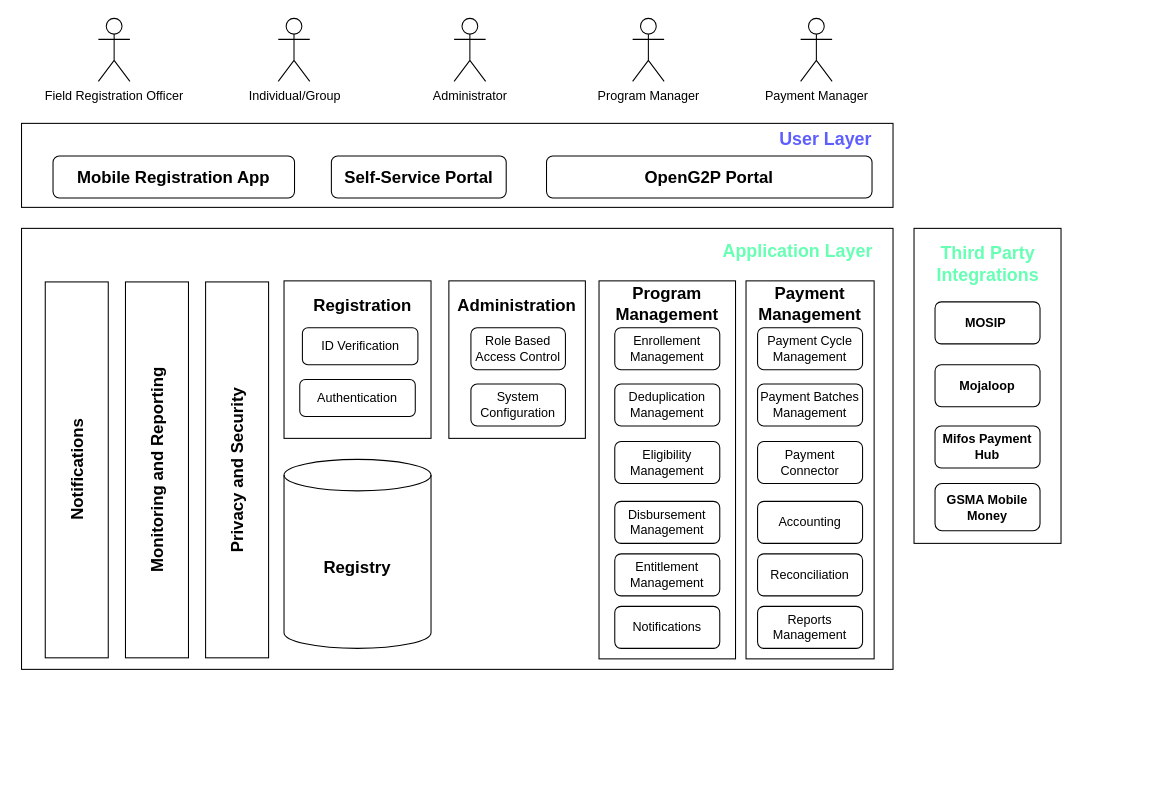
The draw.io diagram .gitbook/assets/functional-architecture.drawio in OpenG2P/openg2p-documentation, before the edit. Source tidied: cells renumbered, new cells numbered last; positions are measured from the earlier drawing's top-left corner, leaving out a move shared by most shapes. Both pictures are drawn from the tidied source at 105%, with x=0, y=0 at pixel (-111, 18).
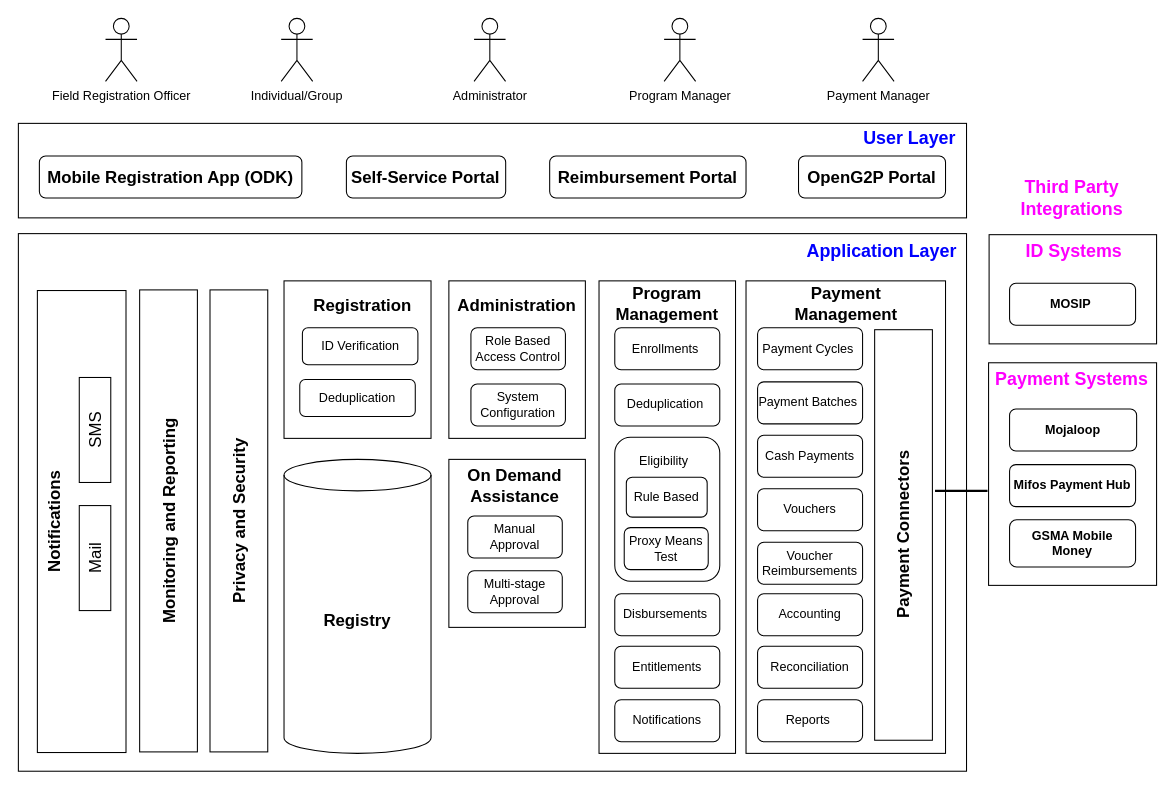
The same diagram, later.

The edit, as a diff of the source:
```diff
@@
+    <mxCell id="48" style="rounded=0;whiteSpace=wrap;html=1;" parent="1" vertex="1">
+      <mxGeometry x="1047" y="328" width="160" height="212" as="geometry" />
+    </mxCell>
     <mxCell id="2" style="rounded=0;whiteSpace=wrap;html=1;" parent="1" vertex="1">
-      <mxGeometry x="976" y="200" width="140" height="300" as="geometry" />
+      <mxGeometry x="1047.5" y="206" width="159.5" height="104" as="geometry" />
     </mxCell>
     <mxCell id="3" style="rounded=0;whiteSpace=wrap;html=1;" parent="1" vertex="1">
-      <mxGeometry x="126" y="100" width="830" height="80" as="geometry" />
+      <mxGeometry x="123" y="100" width="903" height="90" as="geometry" />
     </mxCell>
     <mxCell id="4" style="rounded=0;whiteSpace=wrap;html=1;" parent="1" vertex="1">
-      <mxGeometry x="126" y="200" width="830" height="420" as="geometry" />
+      <mxGeometry x="123" y="205" width="903" height="512" as="geometry" />
     </mxCell>
@@
     <mxCell id="7" style="rounded=0;whiteSpace=wrap;html=1;" parent="1" vertex="1">
-      <mxGeometry x="676" y="250" width="130" height="360" as="geometry" />
+      <mxGeometry x="676" y="250" width="130" height="450" as="geometry" />
     </mxCell>
     <mxCell id="8" style="rounded=0;whiteSpace=wrap;html=1;" parent="1" vertex="1">
-      <mxGeometry x="816" y="250" width="122" height="360" as="geometry" />
+      <mxGeometry x="816" y="250" width="190" height="450" as="geometry" />
     </mxCell>
-    <mxCell id="9" value="&lt;font style=&quot;font-size: 16px;&quot;&gt;&lt;b&gt;Mobile Registration App&lt;/b&gt;&lt;/font&gt;" style="rounded=1;whiteSpace=wrap;html=1;" parent="1" vertex="1">
-      <mxGeometry x="156" y="131" width="230" height="40" as="geometry" />
+    <mxCell id="9" value="&lt;font style=&quot;font-size: 16px;&quot;&gt;&lt;b&gt;Mobile Registration App (ODK)&lt;/b&gt;&lt;/font&gt;" style="rounded=1;whiteSpace=wrap;html=1;" parent="1" vertex="1">
+      <mxGeometry x="143" y="131" width="250" height="40" as="geometry" />
     </mxCell>
     <mxCell id="10" value="Administrator&lt;br&gt;" style="shape=umlActor;verticalLabelPosition=bottom;verticalAlign=top;html=1;" parent="1" vertex="1">
-      <mxGeometry x="538" width="30" height="60" as="geometry" />
+      <mxGeometry x="557" width="30" height="60" as="geometry" />
     </mxCell>
     <mxCell id="11" value="Program Manager" style="shape=umlActor;verticalLabelPosition=bottom;verticalAlign=top;html=1;" parent="1" vertex="1">
-      <mxGeometry x="708" width="30" height="60" as="geometry" />
+      <mxGeometry x="738" width="30" height="60" as="geometry" />
     </mxCell>
     <mxCell id="12" value="Field Registration Officer&lt;br&gt;" style="shape=umlActor;verticalLabelPosition=bottom;verticalAlign=top;html=1;" parent="1" vertex="1">
-      <mxGeometry x="199.2" width="30" height="60" as="geometry" />
+      <mxGeometry x="206" width="30" height="60" as="geometry" />
     </mxCell>
     <mxCell id="13" value="Individual/Group&lt;br&gt;" style="shape=umlActor;verticalLabelPosition=bottom;verticalAlign=top;html=1;" parent="1" vertex="1">
-      <mxGeometry x="370.5" width="30" height="60" as="geometry" />
+      <mxGeometry x="373.3" width="30" height="60" as="geometry" />
     </mxCell>
     <mxCell id="14" value="&lt;font style=&quot;font-size: 16px;&quot;&gt;&lt;b&gt;Registry&lt;/b&gt;&lt;/font&gt;" style="shape=cylinder3;whiteSpace=wrap;html=1;boundedLbl=1;backgroundOutline=1;size=15;" parent="1" vertex="1">
-      <mxGeometry x="376" y="420" width="140" height="180" as="geometry" />
+      <mxGeometry x="376" y="420" width="140" height="280" as="geometry" />
     </mxCell>
     <mxCell id="15" value="Payment Manager" style="shape=umlActor;verticalLabelPosition=bottom;verticalAlign=top;html=1;" parent="1" vertex="1">
-      <mxGeometry x="868" width="30" height="60" as="geometry" />
+      <mxGeometry x="927" width="30" height="60" as="geometry" />
     </mxCell>
     <mxCell id="16" value="Privacy and Security&lt;br style=&quot;font-size: 16px;&quot;&gt;" style="rounded=0;whiteSpace=wrap;html=1;rotation=-90;fontSize=16;fontStyle=1;" parent="1" vertex="1">
-      <mxGeometry x="152.3" y="400" width="358" height="60" as="geometry" />
+      <mxGeometry x="113" y="451.1" width="440" height="55" as="geometry" />
     </mxCell>
     <mxCell id="17" value="Monitoring and Reporting" style="rounded=0;whiteSpace=wrap;html=1;rotation=-90;fontSize=16;fontStyle=1;" parent="1" vertex="1">
-      <mxGeometry x="76" y="400" width="358" height="60" as="geometry" />
+      <mxGeometry x="46" y="451.1" width="440" height="55" as="geometry" />
     </mxCell>
     <mxCell id="18" value="&lt;font style=&quot;font-size: 16px;&quot;&gt;&lt;b&gt;Self-Service Portal&lt;/b&gt;&lt;/font&gt;" style="rounded=1;whiteSpace=wrap;html=1;" parent="1" vertex="1">
-      <mxGeometry x="421.1" y="131" width="166.5" height="40" as="geometry" />
+      <mxGeometry x="435.4" y="131" width="151.7" height="40" as="geometry" />
     </mxCell>
     <mxCell id="19" value="&lt;font style=&quot;font-size: 16px;&quot;&gt;&lt;b&gt;OpenG2P Portal&lt;/b&gt;&lt;/font&gt;" style="rounded=1;whiteSpace=wrap;html=1;" parent="1" vertex="1">
-      <mxGeometry x="626" y="131" width="310" height="40" as="geometry" />
+      <mxGeometry x="866" y="131" width="140" height="40" as="geometry" />
     </mxCell>
-    <mxCell id="20" value="Deduplication Management" style="rounded=1;whiteSpace=wrap;html=1;" parent="1" vertex="1">
+    <mxCell id="20" value="Deduplication&amp;nbsp;" style="rounded=1;whiteSpace=wrap;html=1;" parent="1" vertex="1">
       <mxGeometry x="691" y="348.2" width="100" height="40" as="geometry" />
     </mxCell>
-    <mxCell id="21" value="Disbursement Management" style="rounded=1;whiteSpace=wrap;html=1;" parent="1" vertex="1">
-      <mxGeometry x="691" y="460" width="100" height="40" as="geometry" />
+    <mxCell id="21" value="Disbursements&amp;nbsp;" style="rounded=1;whiteSpace=wrap;html=1;" parent="1" vertex="1">
+      <mxGeometry x="691" y="548" width="100" height="40" as="geometry" />
     </mxCell>
-    <mxCell id="22" value="Entitlement Management" style="rounded=1;whiteSpace=wrap;html=1;" parent="1" vertex="1">
-      <mxGeometry x="691" y="510" width="100" height="40" as="geometry" />
+    <mxCell id="22" value="Entitlements" style="rounded=1;whiteSpace=wrap;html=1;" parent="1" vertex="1">
+      <mxGeometry x="691" y="598" width="100" height="40" as="geometry" />
     </mxCell>
     <mxCell id="23" value="Notifications&lt;br&gt;" style="rounded=1;whiteSpace=wrap;html=1;" parent="1" vertex="1">
-      <mxGeometry x="691" y="560" width="100" height="40" as="geometry" />
+      <mxGeometry x="691" y="649" width="100" height="40" as="geometry" />
     </mxCell>
@@
-    <mxCell id="25" value="Payment Cycle Management" style="rounded=1;whiteSpace=wrap;html=1;" parent="1" vertex="1">
+    <mxCell id="25" value="Payment Cycles&amp;nbsp;" style="rounded=1;whiteSpace=wrap;html=1;" parent="1" vertex="1">
       <mxGeometry x="827" y="294.6" width="100" height="40" as="geometry" />
     </mxCell>
-    <mxCell id="26" value="Payment Batches Management" style="rounded=1;whiteSpace=wrap;html=1;" parent="1" vertex="1">
-      <mxGeometry x="827" y="348.2" width="100" height="40" as="geometry" />
+    <mxCell id="26" value="Payment Batches&amp;nbsp;" style="rounded=1;whiteSpace=wrap;html=1;" parent="1" vertex="1">
+      <mxGeometry x="827" y="346.2" width="100" height="40" as="geometry" />
     </mxCell>
     <mxCell id="27" value="Accounting" style="rounded=1;whiteSpace=wrap;html=1;" parent="1" vertex="1">
-      <mxGeometry x="827" y="460" width="100" height="40" as="geometry" />
+      <mxGeometry x="827" y="548" width="100" height="40" as="geometry" />
     </mxCell>
     <mxCell id="28" value="Reconciliation" style="rounded=1;whiteSpace=wrap;html=1;" parent="1" vertex="1">
-      <mxGeometry x="827" y="510" width="100" height="40" as="geometry" />
+      <mxGeometry x="827" y="598" width="100" height="40" as="geometry" />
     </mxCell>
-    <mxCell id="29" value="Reports Management" style="rounded=1;whiteSpace=wrap;html=1;" parent="1" vertex="1">
-      <mxGeometry x="827" y="560" width="100" height="40" as="geometry" />
+    <mxCell id="29" value="Reports&amp;nbsp;" style="rounded=1;whiteSpace=wrap;html=1;" parent="1" vertex="1">
+      <mxGeometry x="827" y="649" width="100" height="40" as="geometry" />
     </mxCell>
     <mxCell id="30" value="&lt;b&gt;Mojaloop&lt;/b&gt;" style="rounded=1;whiteSpace=wrap;html=1;" parent="1" vertex="1">
-      <mxGeometry x="996" y="329.8" width="100" height="40" as="geometry" />
+      <mxGeometry x="1067" y="372" width="121" height="40" as="geometry" />
     </mxCell>
@@
-    <mxCell id="32" value="Eligibility Management" style="rounded=1;whiteSpace=wrap;html=1;" parent="1" vertex="1">
-      <mxGeometry x="691" y="403" width="100" height="40" as="geometry" />
+    <mxCell id="32" style="rounded=1;whiteSpace=wrap;html=1;align=center;labelPosition=center;verticalLabelPosition=top;verticalAlign=bottom;" parent="1" vertex="1">
+      <mxGeometry x="691" y="399" width="100" height="137" as="geometry" />
     </mxCell>
@@
     <mxCell id="34" value="&lt;b&gt;MOSIP&amp;nbsp;&lt;/b&gt;" style="rounded=1;whiteSpace=wrap;html=1;" parent="1" vertex="1">
-      <mxGeometry x="996" y="270" width="100" height="40" as="geometry" />
+      <mxGeometry x="1067" y="252.2" width="120" height="40" as="geometry" />
     </mxCell>
     <mxCell id="35" value="&lt;b&gt;Mifos Payment Hub&lt;/b&gt;" style="rounded=1;whiteSpace=wrap;html=1;" parent="1" vertex="1">
-      <mxGeometry x="996" y="388.2" width="100" height="40" as="geometry" />
+      <mxGeometry x="1067" y="425" width="120" height="40" as="geometry" />
     </mxCell>
     <mxCell id="36" value="&lt;b&gt;GSMA Mobile Money&lt;/b&gt;" style="rounded=1;whiteSpace=wrap;html=1;" parent="1" vertex="1">
-      <mxGeometry x="996" y="443" width="100" height="45" as="geometry" />
+      <mxGeometry x="1067" y="477.5" width="120" height="45" as="geometry" />
     </mxCell>
-    <mxCell id="37" value="Payment Connector" style="rounded=1;whiteSpace=wrap;html=1;" parent="1" vertex="1">
-      <mxGeometry x="827" y="403" width="100" height="40" as="geometry" />
-    </mxCell>
-    <mxCell id="38" value="Notifications" style="rounded=0;whiteSpace=wrap;html=1;rotation=-90;fontSize=16;fontStyle=1;" parent="1" vertex="1">
-      <mxGeometry x="-0.4" y="400" width="358" height="60" as="geometry" />
+    <mxCell id="38" value="Notifications" style="rounded=0;whiteSpace=wrap;html=1;rotation=-90;fontSize=16;fontStyle=1;verticalAlign=top;" parent="1" vertex="1">
+      <mxGeometry x="-36.7" y="437" width="440" height="84.4" as="geometry" />
     </mxCell>
-    <mxCell id="39" value="&lt;b&gt;&lt;font color=&quot;#5e5eff&quot; style=&quot;font-size: 17px;&quot;&gt;User Layer&lt;/font&gt;&lt;/b&gt;" style="text;html=1;align=center;verticalAlign=middle;whiteSpace=wrap;rounded=0;fontColor=#66FFB3;" parent="1" vertex="1">
-      <mxGeometry x="838" y="101" width="108" height="30" as="geometry" />
+    <mxCell id="39" value="&lt;b&gt;&lt;font color=&quot;#0000ff&quot; style=&quot;font-size: 17px;&quot;&gt;User Layer&lt;/font&gt;&lt;/b&gt;" style="text;html=1;align=center;verticalAlign=middle;whiteSpace=wrap;rounded=0;fontColor=#66FFB3;" parent="1" vertex="1">
+      <mxGeometry x="918" y="100" width="108" height="30" as="geometry" />
     </mxCell>
-    <mxCell id="40" value="Authentication" style="rounded=1;whiteSpace=wrap;html=1;" parent="1" vertex="1">
+    <mxCell id="40" value="Deduplication" style="rounded=1;whiteSpace=wrap;html=1;" parent="1" vertex="1">
       <mxGeometry x="391" y="343.9" width="110" height="35.2" as="geometry" />
     </mxCell>
@@
-    <mxCell id="43" value="Enrollement Management" style="rounded=1;whiteSpace=wrap;html=1;" parent="1" vertex="1">
+    <mxCell id="43" value="Enrollments&amp;nbsp;" style="rounded=1;whiteSpace=wrap;html=1;" parent="1" vertex="1">
       <mxGeometry x="691" y="294.6" width="100" height="40" as="geometry" />
     </mxCell>
     <mxCell id="44" value="Payment Management" style="text;html=1;strokeColor=none;fillColor=none;align=center;verticalAlign=middle;whiteSpace=wrap;rounded=0;fontSize=16;fontStyle=1;" parent="1" vertex="1">
-      <mxGeometry x="847" y="257.2" width="60" height="30" as="geometry" />
+      <mxGeometry x="861.5" y="257.2" width="99" height="30" as="geometry" />
     </mxCell>
-    <mxCell id="45" value="&lt;b&gt;&lt;font style=&quot;font-size: 17px;&quot;&gt;Application Layer&lt;/font&gt;&lt;/b&gt;" style="text;html=1;align=center;verticalAlign=middle;whiteSpace=wrap;rounded=0;fontColor=#66FFB3;" parent="1" vertex="1">
-      <mxGeometry x="785" y="208" width="161" height="30" as="geometry" />
+    <mxCell id="45" value="&lt;b&gt;&lt;font color=&quot;#0000ff&quot; style=&quot;font-size: 17px;&quot;&gt;Application Layer&lt;/font&gt;&lt;/b&gt;" style="text;html=1;align=center;verticalAlign=middle;whiteSpace=wrap;rounded=0;fontColor=#66FFB3;" parent="1" vertex="1">
+      <mxGeometry x="865" y="208" width="161" height="30" as="geometry" />
     </mxCell>
@@
-    <mxCell id="47" value="&lt;b&gt;&lt;font style=&quot;font-size: 17px;&quot;&gt;Third Party Integrations&lt;/font&gt;&lt;/b&gt;" style="text;html=1;align=center;verticalAlign=middle;whiteSpace=wrap;rounded=0;fontColor=#66FFB3;" parent="1" vertex="1">
-      <mxGeometry x="965.5" y="220" width="161" height="30" as="geometry" />
+    <mxCell id="47" value="&lt;b&gt;&lt;font color=&quot;#ff00ff&quot; style=&quot;font-size: 17px;&quot;&gt;ID Systems&lt;/font&gt;&lt;/b&gt;" style="text;html=1;align=center;verticalAlign=middle;whiteSpace=wrap;rounded=0;fontColor=#66FFB3;" parent="1" vertex="1">
+      <mxGeometry x="1047.5" y="208" width="161" height="30" as="geometry" />
     </mxCell>
+    <mxCell id="49" value="Vouchers" style="rounded=1;whiteSpace=wrap;html=1;" parent="1" vertex="1">
+      <mxGeometry x="827" y="448" width="100" height="40" as="geometry" />
+    </mxCell>
+    <mxCell id="50" value="&lt;b&gt;&lt;font color=&quot;#ff00ff&quot; style=&quot;font-size: 17px;&quot;&gt;Payment Systems&lt;/font&gt;&lt;/b&gt;" style="text;html=1;align=center;verticalAlign=middle;whiteSpace=wrap;rounded=0;fontColor=#66FFB3;" parent="1" vertex="1">
+      <mxGeometry x="1046" y="329.8" width="161" height="30" as="geometry" />
+    </mxCell>
+    <mxCell id="51" value="&lt;b&gt;&lt;font color=&quot;#ff00ff&quot; style=&quot;font-size: 17px;&quot;&gt;Third Party Integrations&lt;/font&gt;&lt;/b&gt;" style="text;html=1;align=center;verticalAlign=middle;whiteSpace=wrap;rounded=0;fontColor=#66FFB3;" parent="1" vertex="1">
+      <mxGeometry x="1046" y="157" width="161" height="30" as="geometry" />
+    </mxCell>
+    <mxCell id="52" style="rounded=0;whiteSpace=wrap;html=1;" parent="1" vertex="1">
+      <mxGeometry x="533" y="420" width="130" height="160" as="geometry" />
+    </mxCell>
+    <mxCell id="53" value="On Demand Assistance" style="text;html=1;strokeColor=none;fillColor=none;align=center;verticalAlign=middle;whiteSpace=wrap;rounded=0;fontSize=16;fontStyle=1;" parent="1" vertex="1">
+      <mxGeometry x="546" y="430" width="100" height="30" as="geometry" />
+    </mxCell>
+    <mxCell id="54" value="Manual Approval" style="rounded=1;whiteSpace=wrap;html=1;" parent="1" vertex="1">
+      <mxGeometry x="551" y="474" width="90" height="40" as="geometry" />
+    </mxCell>
+    <mxCell id="55" value="Multi-stage Approval" style="rounded=1;whiteSpace=wrap;html=1;" parent="1" vertex="1">
+      <mxGeometry x="551" y="526" width="90" height="40" as="geometry" />
+    </mxCell>
+    <mxCell id="56" value="Proxy Means Test" style="rounded=1;whiteSpace=wrap;html=1;" parent="1" vertex="1">
+      <mxGeometry x="700" y="485" width="80" height="40" as="geometry" />
+    </mxCell>
+    <mxCell id="57" value="Cash Payments" style="rounded=1;whiteSpace=wrap;html=1;" parent="1" vertex="1">
+      <mxGeometry x="827" y="397" width="100" height="40" as="geometry" />
+    </mxCell>
+    <mxCell id="58" value="Voucher Reimbursements" style="rounded=1;whiteSpace=wrap;html=1;" parent="1" vertex="1">
+      <mxGeometry x="827" y="499" width="100" height="40" as="geometry" />
+    </mxCell>
+    <mxCell id="59" value="&lt;span style=&quot;font-size: 16px;&quot;&gt;&lt;b&gt;Reimbursement Portal&lt;/b&gt;&lt;/span&gt;" style="rounded=1;whiteSpace=wrap;html=1;" parent="1" vertex="1">
+      <mxGeometry x="629" y="131" width="187" height="40" as="geometry" />
+    </mxCell>
+    <mxCell id="60" value="Rule Based" style="rounded=1;whiteSpace=wrap;html=1;" parent="1" vertex="1">
+      <mxGeometry x="702" y="437" width="77" height="38" as="geometry" />
+    </mxCell>
+    <mxCell id="61" value="&lt;span style=&quot;font-weight: normal;&quot;&gt;Mail&lt;/span&gt;" style="rounded=0;whiteSpace=wrap;html=1;rotation=-90;fontSize=16;fontStyle=1;" parent="1" vertex="1">
+      <mxGeometry x="146" y="499" width="100" height="30" as="geometry" />
+    </mxCell>
+    <mxCell id="62" value="&lt;span style=&quot;font-weight: normal;&quot;&gt;SMS&lt;/span&gt;" style="rounded=0;whiteSpace=wrap;html=1;rotation=-90;fontSize=16;fontStyle=1;" parent="1" vertex="1">
+      <mxGeometry x="146" y="377" width="100" height="30" as="geometry" />
+    </mxCell>
+    <mxCell id="63" value="Eligibility" style="text;html=1;strokeColor=none;fillColor=none;align=center;verticalAlign=middle;whiteSpace=wrap;rounded=0;" parent="1" vertex="1">
+      <mxGeometry x="708" y="407" width="60" height="30" as="geometry" />
+    </mxCell>
+    <mxCell id="64" value="Payment Connectors" style="rounded=0;whiteSpace=wrap;html=1;rotation=-90;fontSize=16;fontStyle=1;" parent="1" vertex="1">
+      <mxGeometry x="770.5" y="464.5" width="391" height="55" as="geometry" />
+    </mxCell>
+    <mxCell id="65" style="endArrow=none;html=1;rounded=0;strokeWidth=2;" parent="1" edge="1">
+      <mxGeometry relative="1" as="geometry">
+        <mxPoint x="996" y="450" as="sourcePoint" />
+        <mxPoint x="1046" y="450" as="targetPoint" />
+      </mxGeometry>
+    </mxCell>
```
